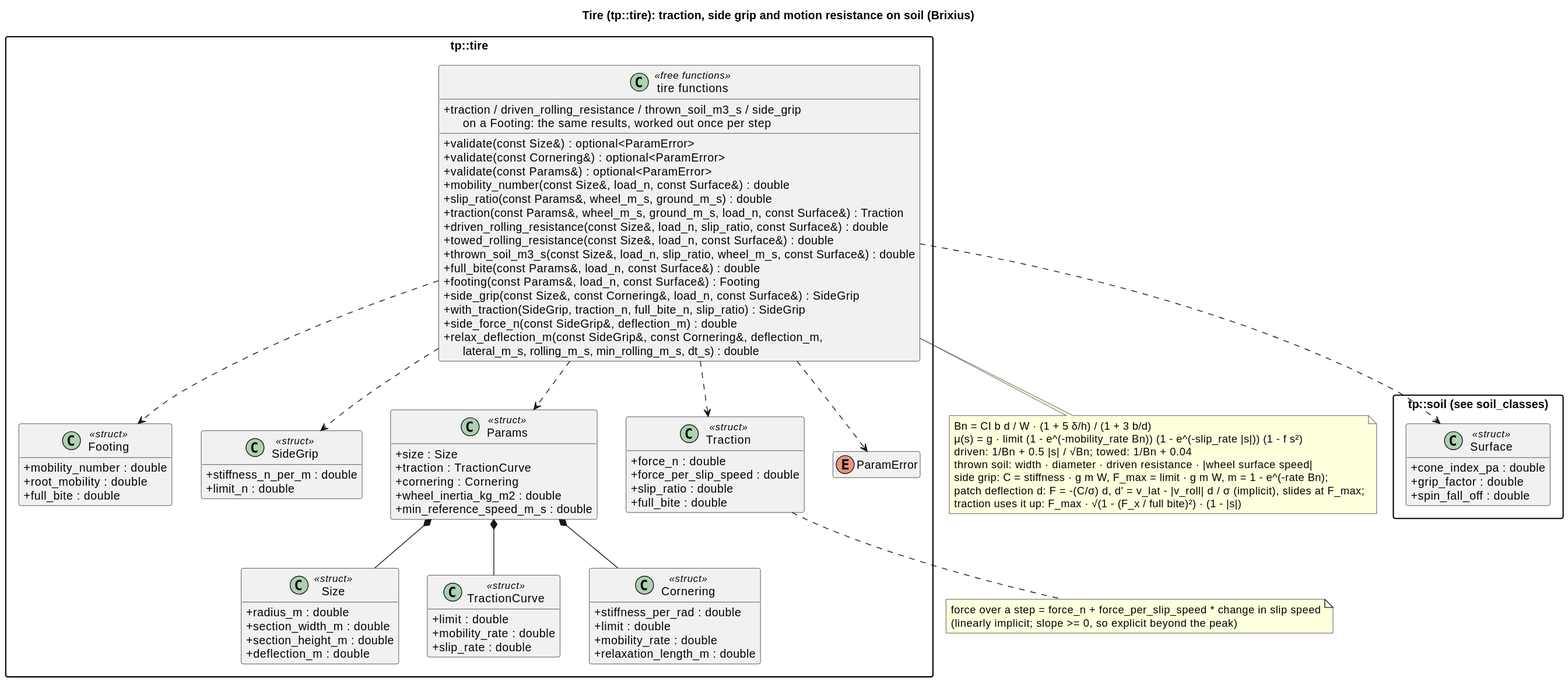
Earlier version of the PlantUML export docs/diagrams/svg/tire_classes.svg (wversteeg/TractorPulling).
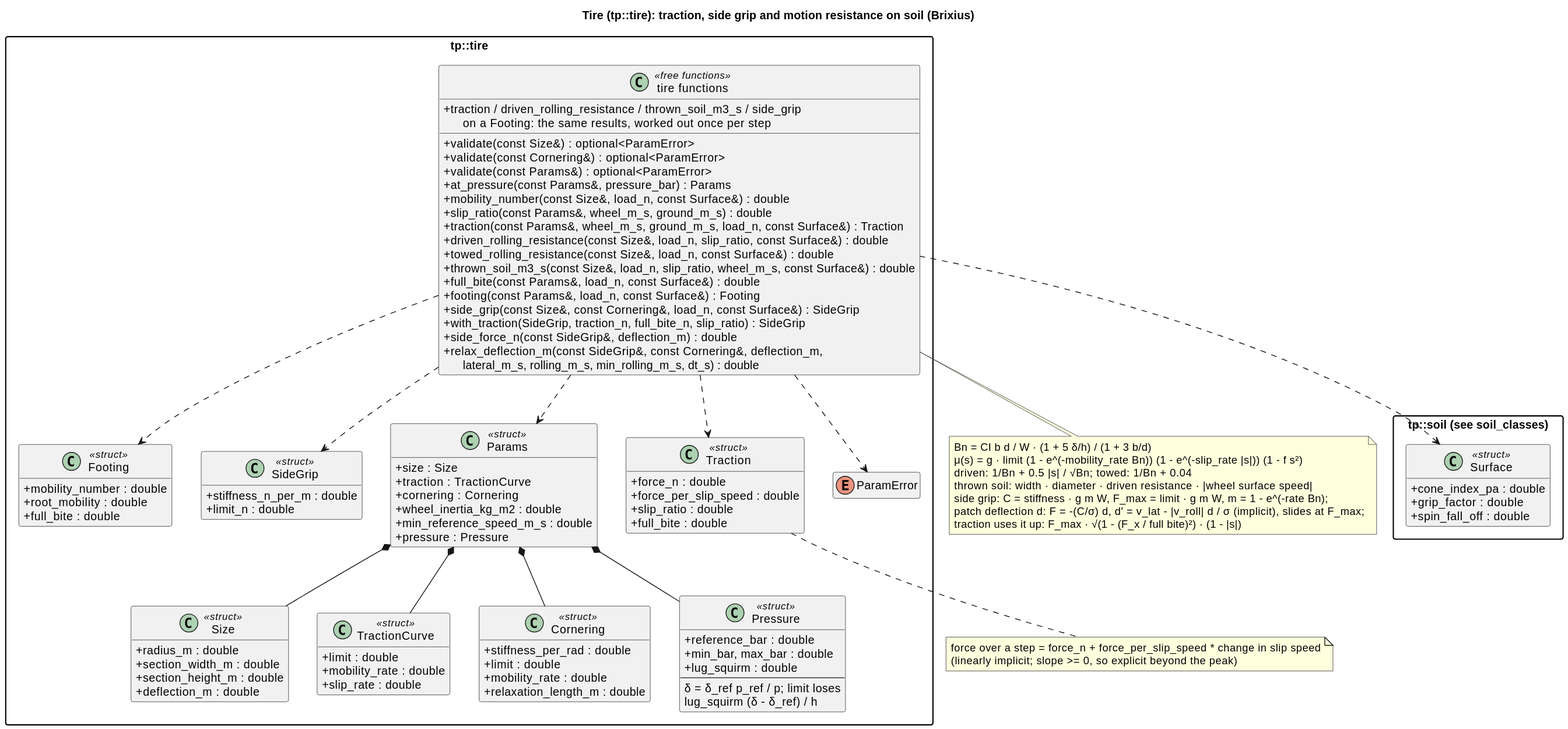
The same file after the commit.

The edit, as a diff of the source:
```diff
@@ -45,6 +45,15 @@
     +cornering : Cornering
     +wheel_inertia_kg_m2 : double
     +min_reference_speed_m_s : double
+    +pressure : Pressure
+  }
+  class Pressure <<struct>> {
+    +reference_bar : double
+    +min_bar, max_bar : double
+    +lug_squirm : double
+    --
+    δ = δ_ref p_ref / p; limit loses
+    lug_squirm (δ - δ_ref) / h
   }
   class Traction <<struct>> {
     +force_n : double
@@ -57,6 +66,7 @@
     +validate(const Size&) : optional<ParamError>
     +validate(const Cornering&) : optional<ParamError>
     +validate(const Params&) : optional<ParamError>
+    +at_pressure(const Params&, pressure_bar) : Params
     +mobility_number(const Size&, load_n, const Surface&) : double
     +slip_ratio(const Params&, wheel_m_s, ground_m_s) : double
     +traction(const Params&, wheel_m_s, ground_m_s, load_n, const Surface&) : Traction
@@ -74,6 +84,7 @@
   Params *-- Size
   Params *-- TractionCurve
   Params *-- Cornering
+  Params *-- Pressure
   TireFns ..> SideGrip
   TireFns ..> Footing
   TireFns ..> Params
```
